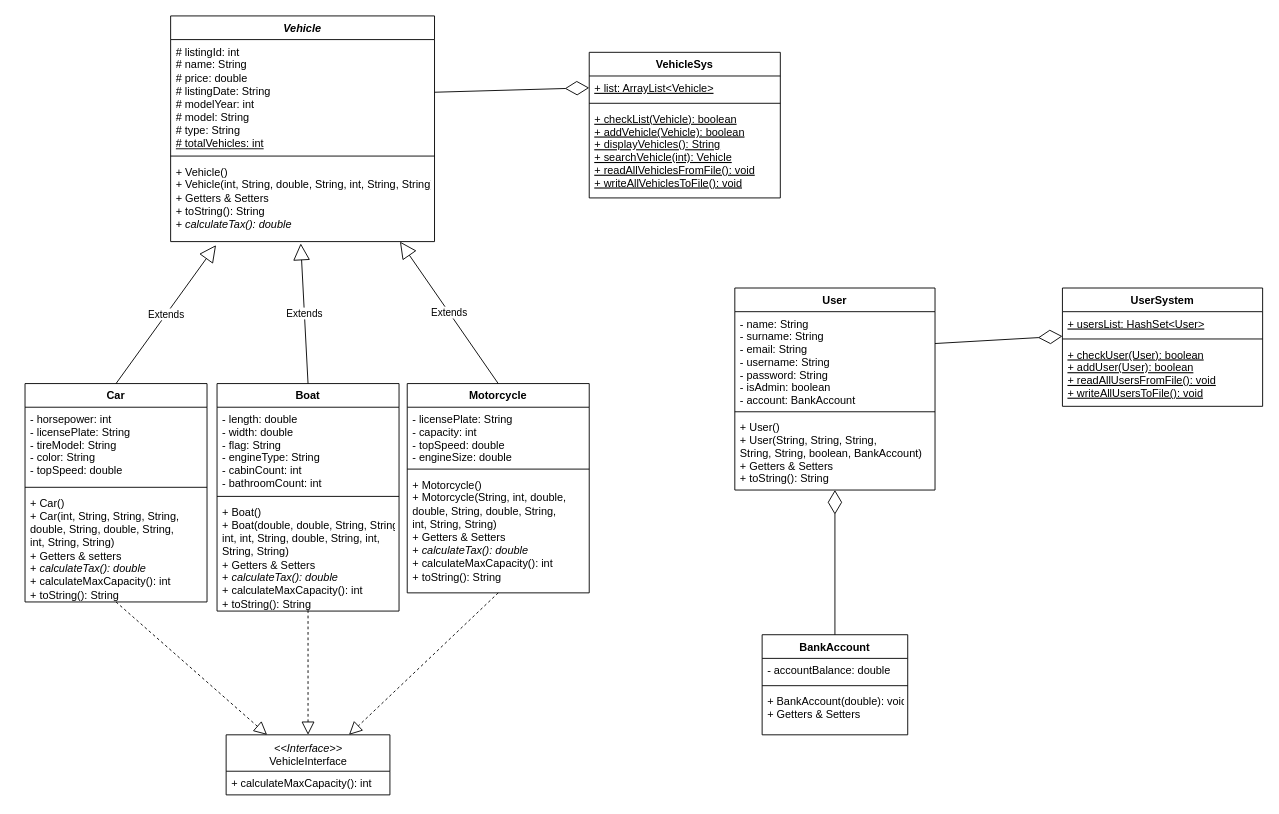
Above: UML/vehiclesellingportal.drawio in bariis/javaproject (draw.io), before the change. Source tidied: cells renumbered, new cells numbered last; positions are measured from the earlier drawing's top-left corner, leaving out a move shared by most shapes. Both pictures are drawn from the tidied source at 91%, with x=0, y=0 at pixel (25, 15).
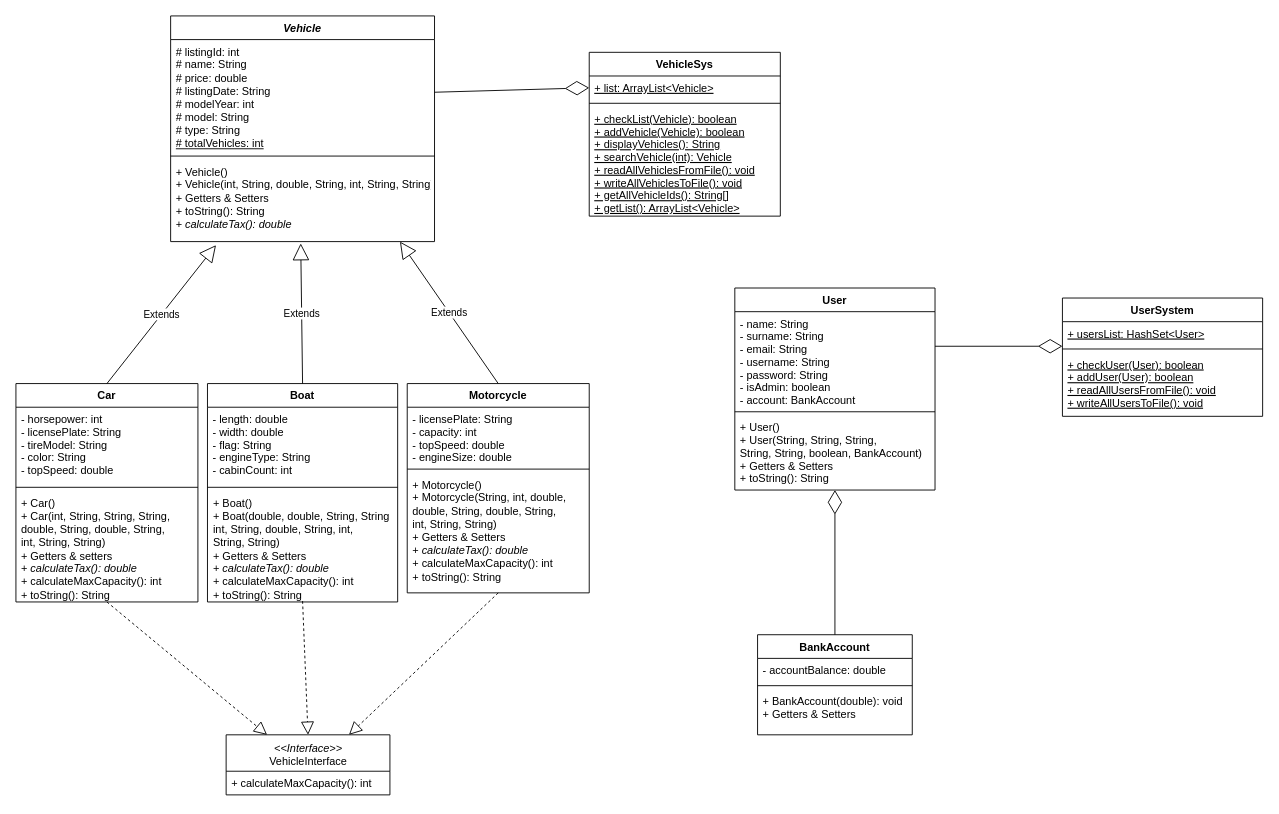
The same page after the edit.

Commit message:
finalized uml diagram

Unchanged cells that the change refers to:
```xml
<mxCell id="36" value="+ usersList: HashSet&lt;User&gt;" style="text;strokeColor=none;fillColor=none;align=left;verticalAlign=top;spacingLeft=4;spacingRight=4;overflow=hidden;points=[[0,0.5],[1,0.5]];portConstraint=eastwest;fontStyle=4;" parent="35" vertex="1">
  <mxGeometry y="26" width="220" height="26" as="geometry" />
</mxCell>
```

Change to the diagram source:
```diff
@@
     <mxCell id="6" value="Car" style="swimlane;fontStyle=1;align=center;verticalAlign=top;horizontal=1;startSize=26;" parent="1" vertex="1">
-      <mxGeometry y="404" width="200" height="240" as="geometry" />
+      <mxGeometry x="-10" y="404" width="200" height="240" as="geometry" />
     </mxCell>
@@
     <mxCell id="10" value="Boat" style="swimlane;fontStyle=1;align=center;verticalAlign=top;horizontal=1;startSize=26;" parent="1" vertex="1">
-      <mxGeometry x="211" y="404" width="200" height="250" as="geometry" />
+      <mxGeometry x="200.5" y="404" width="209" height="240" as="geometry" />
     </mxCell>
-    <mxCell id="11" value="- length: double&#10;- width: double&#10;- flag: String&#10;- engineType: String&#10;- cabinCount: int&#10;- bathroomCount: int&#10;" style="text;strokeColor=none;fillColor=none;align=left;verticalAlign=top;spacingLeft=4;spacingRight=4;overflow=hidden;" parent="10" vertex="1">
-      <mxGeometry y="26" width="200" height="94" as="geometry" />
+    <mxCell id="11" value="- length: double&#10;- width: double&#10;- flag: String&#10;- engineType: String&#10;- cabinCount: int" style="text;strokeColor=none;fillColor=none;align=left;verticalAlign=top;spacingLeft=4;spacingRight=4;overflow=hidden;" parent="10" vertex="1">
+      <mxGeometry y="26" width="209" height="84" as="geometry" />
     </mxCell>
     <mxCell id="12" style="line;strokeWidth=1;fillColor=none;align=left;verticalAlign=middle;spacingTop=-1;spacingLeft=3;spacingRight=3;labelPosition=right;" parent="10" vertex="1">
-      <mxGeometry y="120" width="200" height="8" as="geometry" />
+      <mxGeometry y="110" width="209" height="8" as="geometry" />
     </mxCell>
-    <mxCell id="13" value="+ Boat()&lt;br&gt;+ Boat(double, double, String, String&lt;br&gt;int, int, String, double, String, int, &lt;br&gt;String, String)&lt;br&gt;&lt;div&gt;+ Getters &amp;amp; Setters&lt;/div&gt;&lt;div&gt;+ &lt;i&gt;calculateTax(): double&lt;/i&gt;&lt;/div&gt;+ calculateMaxCapacity(): int&lt;br&gt;+ toString(): String" style="text;strokeColor=none;fillColor=none;align=left;verticalAlign=top;spacingLeft=4;spacingRight=4;overflow=hidden;points=[[0,0.5],[1,0.5]];portConstraint=eastwest;fontStyle=0;html=1;" parent="10" vertex="1">
-      <mxGeometry y="128" width="200" height="122" as="geometry" />
+    <mxCell id="13" value="+ Boat()&lt;br&gt;+ Boat(double, double, String, String&lt;br&gt;int, String, double, String, int, &lt;br&gt;String, String)&lt;br&gt;&lt;div&gt;+ Getters &amp;amp; Setters&lt;/div&gt;&lt;div&gt;+ &lt;i&gt;calculateTax(): double&lt;/i&gt;&lt;/div&gt;+ calculateMaxCapacity(): int&lt;br&gt;+ toString(): String" style="text;strokeColor=none;fillColor=none;align=left;verticalAlign=top;spacingLeft=4;spacingRight=4;overflow=hidden;points=[[0,0.5],[1,0.5]];portConstraint=eastwest;fontStyle=0;html=1;" parent="10" vertex="1">
+      <mxGeometry y="118" width="209" height="122" as="geometry" />
     </mxCell>
@@
     <mxCell id="30" value="VehicleSys" style="swimlane;fontStyle=1;align=center;verticalAlign=top;horizontal=1;startSize=26;" parent="1" vertex="1">
-      <mxGeometry x="620" y="40" width="210" height="160" as="geometry" />
+      <mxGeometry x="620" y="40" width="210" height="180" as="geometry" />
     </mxCell>
@@
-    <mxCell id="33" value="+ checkList(Vehicle): boolean&#10;+ addVehicle(Vehicle): boolean&#10;+ displayVehicles(): String&#10;+ searchVehicle(int): Vehicle&#10;+ readAllVehiclesFromFile(): void&#10;+ writeAllVehiclesToFile(): void &#10;" style="text;strokeColor=none;fillColor=none;align=left;verticalAlign=top;spacingLeft=4;spacingRight=4;overflow=hidden;fontStyle=4;" parent="30" vertex="1">
-      <mxGeometry y="60" width="210" height="100" as="geometry" />
+    <mxCell id="33" value="+ checkList(Vehicle): boolean&#10;+ addVehicle(Vehicle): boolean&#10;+ displayVehicles(): String&#10;+ searchVehicle(int): Vehicle&#10;+ readAllVehiclesFromFile(): void&#10;+ writeAllVehiclesToFile(): void &#10;+ getAllVehicleIds(): String[]&#10;+ getList(): ArrayList&lt;Vehicle&gt;" style="text;strokeColor=none;fillColor=none;align=left;verticalAlign=top;spacingLeft=4;spacingRight=4;overflow=hidden;fontStyle=4;" parent="30" vertex="1">
+      <mxGeometry y="60" width="210" height="120" as="geometry" />
     </mxCell>
@@
     <mxCell id="35" value="UserSystem" style="swimlane;fontStyle=1;align=center;verticalAlign=top;horizontal=1;startSize=26;" parent="1" vertex="1">
-      <mxGeometry x="1140" y="299" width="220" height="130" as="geometry" />
+      <mxGeometry x="1140" y="310" width="220" height="130" as="geometry" />
     </mxCell>
@@
     <mxCell id="39" style="endArrow=diamondThin;endFill=0;endSize=24;html=1;entryX=0;entryY=1.038;entryDx=0;entryDy=0;entryPerimeter=0;" parent="1" edge="1" target="36">
       <mxGeometry relative="1" as="geometry">
-        <mxPoint x="1000" y="360" as="sourcePoint" />
+        <mxPoint x="1000" y="363" as="sourcePoint" />
       </mxGeometry>
     </mxCell>
     <mxCell id="40" value="BankAccount" style="swimlane;fontStyle=1;align=center;verticalAlign=top;horizontal=1;startSize=26;" parent="1" vertex="1">
-      <mxGeometry x="810" y="680" width="160" height="110" as="geometry" />
+      <mxGeometry x="805" y="680" width="170" height="110" as="geometry" />
     </mxCell>
     <mxCell id="41" value="- accountBalance: double" style="text;strokeColor=none;fillColor=none;align=left;verticalAlign=top;spacingLeft=4;spacingRight=4;overflow=hidden;" parent="40" vertex="1">
-      <mxGeometry y="26" width="160" height="26" as="geometry" />
+      <mxGeometry y="26" width="170" height="26" as="geometry" />
     </mxCell>
     <mxCell id="42" style="line;strokeWidth=1;fillColor=none;align=left;verticalAlign=middle;spacingTop=-1;spacingLeft=3;spacingRight=3;labelPosition=right;" parent="40" vertex="1">
-      <mxGeometry y="52" width="160" height="8" as="geometry" />
+      <mxGeometry y="52" width="170" height="8" as="geometry" />
     </mxCell>
     <mxCell id="43" value="+ BankAccount(double): void&#10;+ Getters &amp; Setters&#10;" style="text;strokeColor=none;fillColor=none;align=left;verticalAlign=top;spacingLeft=4;spacingRight=4;overflow=hidden;" parent="40" vertex="1">
-      <mxGeometry y="60" width="160" height="50" as="geometry" />
+      <mxGeometry y="60" width="170" height="50" as="geometry" />
     </mxCell>
```
